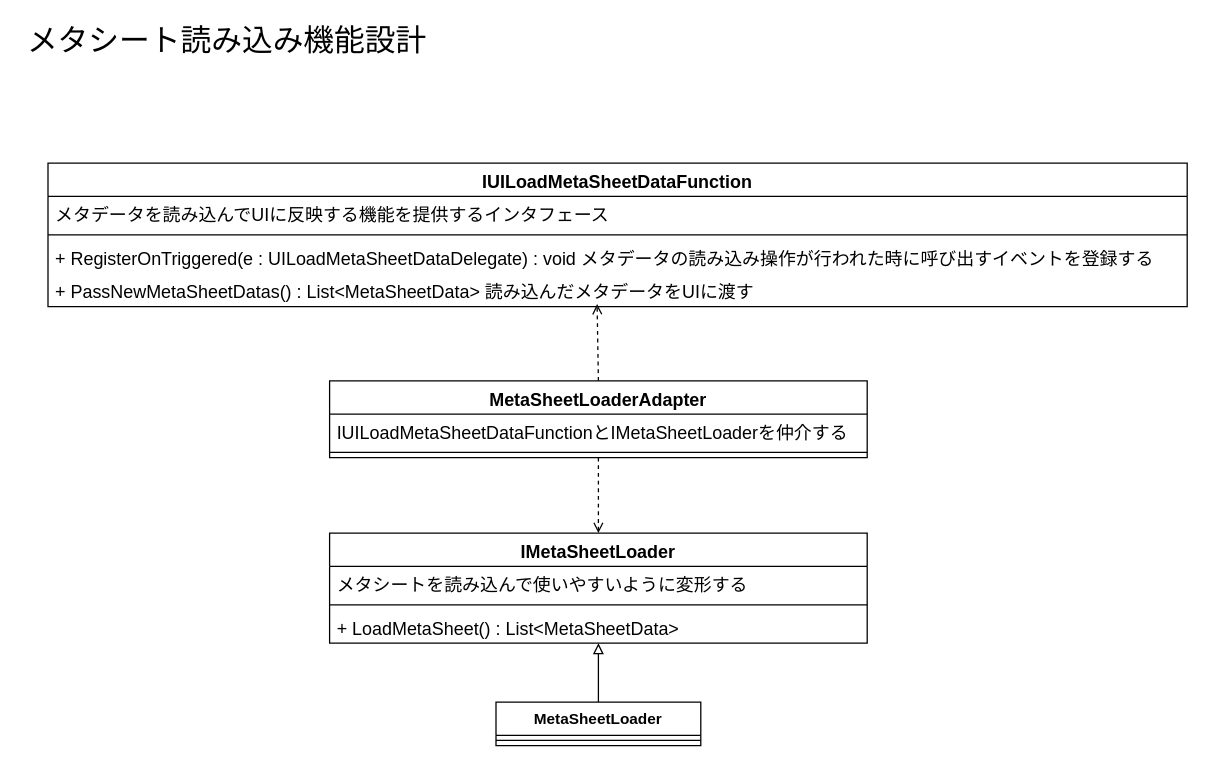
Above: Designs/メタシート読み込み機能設計.drawio in Dumble009/GoogleDriveDownloader (draw.io), before the change. Source tidied: cells renumbered, new cells numbered last; positions are measured from the earlier drawing's top-left corner, leaving out a move shared by most shapes. Both pictures are drawn from the tidied source at 128%, with x=0, y=0 at pixel (22, 22).
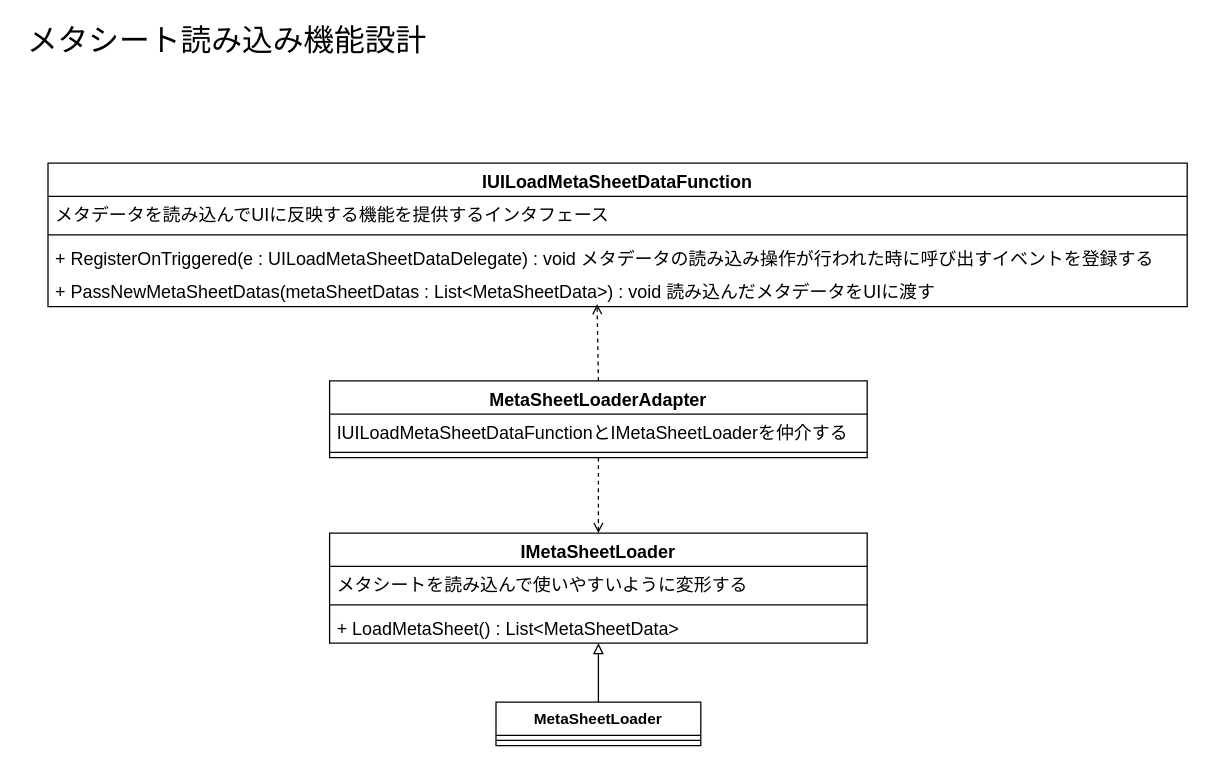
After the change.

Commit message (it also covers changes not shown here):
PassNetMetaSheetDatas関数の設計が誤っていたので修正

引数にList<MetaSheetData>を受け取るべきところを、返り値にList<MetaSheetData>を返すようになっていた

The change refers to these unchanged cells:
```xml
<mxCell id="8" value="IUILoadMetaSheetDataFunction" style="swimlane;fontStyle=1;align=center;verticalAlign=top;horizontal=1;startSize=26;fontSize=14;" parent="1" vertex="1">
  <mxGeometry x="20" y="110" width="890" height="112" as="geometry" />
</mxCell>
```

The edit, as a diff of the source:
```diff
@@
-    <mxCell id="12" value="+ PassNewMetaSheetDatas() : List&lt;MetaSheetData&gt; 読み込んだメタデータをUIに渡す" style="text;strokeColor=none;fillColor=none;align=left;verticalAlign=top;spacingLeft=4;spacingRight=4;overflow=hidden;points=[[0,0.5],[1,0.5]];portConstraint=eastwest;fontSize=14;" parent="8" vertex="1">
+    <mxCell id="12" value="+ PassNewMetaSheetDatas(metaSheetDatas : List&lt;MetaSheetData&gt;) : void 読み込んだメタデータをUIに渡す" style="text;strokeColor=none;fillColor=none;align=left;verticalAlign=top;spacingLeft=4;spacingRight=4;overflow=hidden;points=[[0,0.5],[1,0.5]];portConstraint=eastwest;fontSize=14;" parent="8" vertex="1">
       <mxGeometry y="86" width="890" height="26" as="geometry" />
     </mxCell>
```
